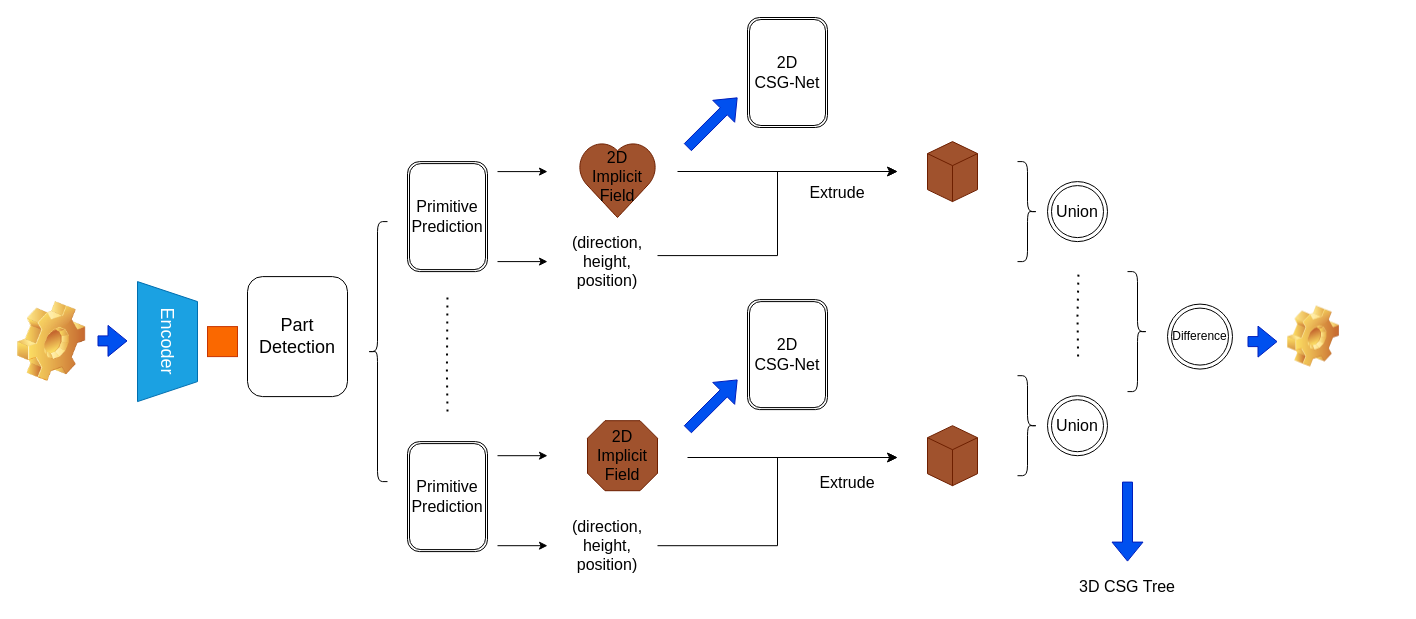
Earlier version of the draw.io diagram img/extrude.drawio (wenqi-wang20/img). Source tidied: cells renumbered, new cells numbered last; positions are measured from the earlier drawing's top-left corner, leaving out a move shared by most shapes. Both pictures are drawn from the tidied source at 100%, with x=0, y=0 at pixel (17, 17).
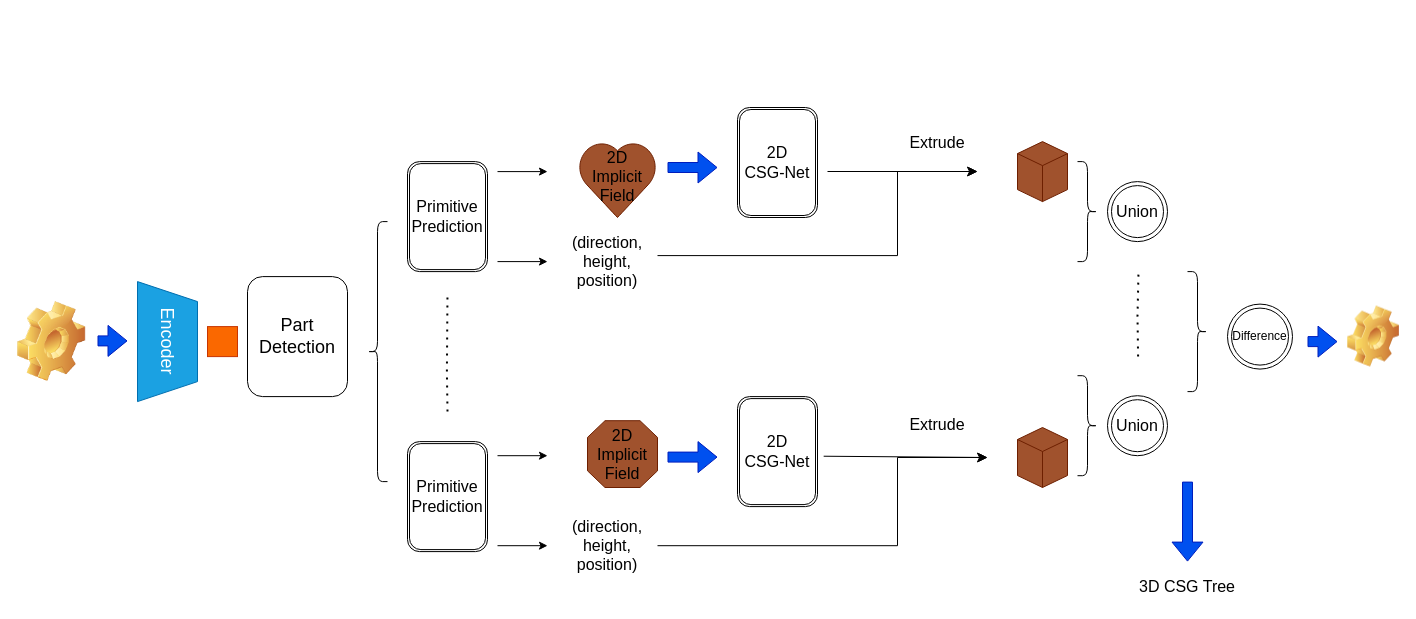
After the change.

The change refers to these unchanged cells:
```xml
<mxCell id="9" style="group;" parent="1" vertex="1">
  <mxGeometry x="480" y="100" width="480" height="159.1" as="geometry" />
</mxCell>
```

What changed in the source:
```diff
@@
     <mxCell id="13" style="shape=flexArrow;endArrow=classic;html=1;rounded=0;fillColor=#0050ef;strokeColor=#001DBC;" parent="9" edge="1">
       <mxGeometry relative="1" as="geometry">
-        <mxPoint x="190" y="30" as="sourcePoint" />
-        <mxPoint x="240" y="-20" as="targetPoint" />
+        <mxPoint x="170" y="50" as="sourcePoint" />
+        <mxPoint x="220" y="50" as="targetPoint" />
       </mxGeometry>
     </mxCell>
     <mxCell id="14" value="&lt;font style=&quot;font-size: 16px;&quot;&gt;Extrude&lt;/font&gt;" style="text;html=1;strokeColor=none;fillColor=none;align=center;verticalAlign=middle;whiteSpace=wrap;rounded=0;" parent="9" vertex="1">
-      <mxGeometry x="310" y="60" width="60" height="30" as="geometry" />
+      <mxGeometry x="410" y="10" width="60" height="30" as="geometry" />
     </mxCell>
     <mxCell id="15" style="edgeStyle=elbowEdgeStyle;elbow=horizontal;endArrow=classic;html=1;curved=0;rounded=0;endSize=8;startSize=8;" parent="9" edge="1">
       <mxGeometry relative="1" as="geometry">
         <mxPoint x="160" y="138.1" as="sourcePoint" />
-        <mxPoint x="400" y="54" as="targetPoint" />
+        <mxPoint x="480" y="54" as="targetPoint" />
+        <Array as="points">
+          <mxPoint x="400" y="100" />
+        </Array>
       </mxGeometry>
     </mxCell>
     <mxCell id="16" style="endArrow=classic;html=1;rounded=0;" parent="9" edge="1">
       <mxGeometry relative="1" as="geometry">
-        <mxPoint x="180" y="54" as="sourcePoint" />
-        <mxPoint x="400" y="54" as="targetPoint" />
+        <mxPoint x="330" y="54" as="sourcePoint" />
+        <mxPoint x="480" y="54" as="targetPoint" />
       </mxGeometry>
     </mxCell>
@@
-    <mxCell id="20" style="html=1;shape=mxgraph.basic.isocube;isoAngle=15;fillColor=#a0522d;fontColor=#ffffff;strokeColor=#6D1F00;" parent="9" vertex="1">
-      <mxGeometry x="430" y="24.1" width="50" height="60" as="geometry" />
-    </mxCell>
+    <mxCell id="32" value="&lt;font style=&quot;font-size: 16px;&quot;&gt;2D&lt;br&gt;CSG-Net&lt;/font&gt;" style="shape=ext;double=1;rounded=1;whiteSpace=wrap;html=1;" parent="9" vertex="1">
+      <mxGeometry x="240" y="-10" width="80" height="110" as="geometry" />
+    </mxCell>
@@
     <mxCell id="24" style="edgeStyle=elbowEdgeStyle;elbow=horizontal;endArrow=classic;html=1;curved=0;rounded=0;endSize=8;startSize=8;" parent="1" edge="1">
       <mxGeometry relative="1" as="geometry">
         <mxPoint x="640" y="528.2" as="sourcePoint" />
-        <mxPoint x="880" y="440" as="targetPoint" />
+        <mxPoint x="970" y="440" as="targetPoint" />
         <Array as="points">
-          <mxPoint x="760" y="470" />
+          <mxPoint x="880" y="480" />
         </Array>
       </mxGeometry>
     </mxCell>
     <mxCell id="25" style="html=1;shape=mxgraph.basic.isocube;isoAngle=15;fillColor=#a0522d;fontColor=#ffffff;strokeColor=#6D1F00;" parent="1" vertex="1">
-      <mxGeometry x="910" y="408.2" width="50" height="60" as="geometry" />
+      <mxGeometry x="1000" y="410" width="50" height="60" as="geometry" />
     </mxCell>
@@
     <mxCell id="28" style="group;" parent="1" vertex="1">
-      <mxGeometry x="570" y="403.2" width="70" height="70" as="geometry" />
+      <mxGeometry x="570" y="403.2" width="70" height="66.8" as="geometry" />
     </mxCell>
     <mxCell id="29" style="verticalLabelPosition=bottom;verticalAlign=top;html=1;shape=mxgraph.basic.polygon;polyCoords=[[0.25,0],[0.75,0],[1,0.25],[1,0.75],[0.75,1],[0.25,1],[0,0.75],[0,0.25]];polyline=0;fillColor=#a0522d;strokeColor=#6D1F00;fontColor=#ffffff;" parent="28" vertex="1">
-      <mxGeometry width="70" height="70" as="geometry" />
+      <mxGeometry width="70" height="66.8" as="geometry" />
     </mxCell>
     <mxCell id="30" value="&lt;font style=&quot;font-size: 16px;&quot;&gt;2D&lt;br&gt;Implicit&lt;br&gt;Field&lt;/font&gt;" style="text;html=1;strokeColor=none;fillColor=none;align=center;verticalAlign=middle;whiteSpace=wrap;rounded=0;" parent="28" vertex="1">
-      <mxGeometry x="5" y="20" width="60" height="30" as="geometry" />
+      <mxGeometry x="5" y="19.1" width="60" height="28.6" as="geometry" />
     </mxCell>
     <mxCell id="31" value="&lt;font style=&quot;font-size: 16px;&quot;&gt;2D&lt;br&gt;CSG-Net&lt;/font&gt;" style="shape=ext;double=1;rounded=1;whiteSpace=wrap;html=1;" parent="1" vertex="1">
-      <mxGeometry x="730" y="282.1" width="80" height="110" as="geometry" />
+      <mxGeometry x="720" y="379.1" width="80" height="110" as="geometry" />
     </mxCell>
-    <mxCell id="32" value="&lt;font style=&quot;font-size: 16px;&quot;&gt;2D&lt;br&gt;CSG-Net&lt;/font&gt;" style="shape=ext;double=1;rounded=1;whiteSpace=wrap;html=1;" parent="1" vertex="1">
-      <mxGeometry x="730" width="80" height="110" as="geometry" />
-    </mxCell>
     <mxCell id="33" value="&lt;font style=&quot;font-size: 16px;&quot;&gt;Extrude&lt;/font&gt;" style="text;html=1;strokeColor=none;fillColor=none;align=center;verticalAlign=middle;whiteSpace=wrap;rounded=0;" parent="1" vertex="1">
-      <mxGeometry x="800" y="450" width="60" height="30" as="geometry" />
+      <mxGeometry x="890" y="392.1" width="60" height="30" as="geometry" />
     </mxCell>
-    <mxCell id="34" style="shape=flexArrow;endArrow=classic;html=1;rounded=0;fillColor=#0050ef;strokeColor=#001DBC;" parent="1" edge="1">
-      <mxGeometry relative="1" as="geometry">
-        <mxPoint x="670" y="412.1" as="sourcePoint" />
-        <mxPoint x="720" y="362.1" as="targetPoint" />
-      </mxGeometry>
-    </mxCell>
     <mxCell id="35" style="group;" parent="1" vertex="1">
-      <mxGeometry x="1000" y="144.1" width="322" height="440" as="geometry" />
+      <mxGeometry x="1060" y="144.1" width="322" height="440" as="geometry" />
     </mxCell>
@@
-    <mxCell id="49" style="endArrow=classic;html=1;rounded=0;" parent="1" edge="1">
+    <mxCell id="49" style="endArrow=classic;html=1;rounded=0;exitX=1.077;exitY=0.542;exitDx=0;exitDy=0;exitPerimeter=0;" parent="1" edge="1" source="31">
       <mxGeometry relative="1" as="geometry">
-        <mxPoint x="670" y="440" as="sourcePoint" />
-        <mxPoint x="880" y="440" as="targetPoint" />
+        <mxPoint x="970" y="440" as="targetPoint" />
       </mxGeometry>
     </mxCell>
+    <mxCell id="20" style="html=1;shape=mxgraph.basic.isocube;isoAngle=15;fillColor=#a0522d;fontColor=#ffffff;strokeColor=#6D1F00;" parent="1" vertex="1">
+      <mxGeometry x="1000" y="124.1" width="50" height="60" as="geometry" />
+    </mxCell>
+    <mxCell id="50" style="shape=flexArrow;endArrow=classic;html=1;rounded=0;fillColor=#0050ef;strokeColor=#001DBC;" parent="1" edge="1">
+      <mxGeometry relative="1" as="geometry">
+        <mxPoint x="650" y="439.6" as="sourcePoint" />
+        <mxPoint x="700" y="439.6" as="targetPoint" />
+      </mxGeometry>
+    </mxCell>
```
